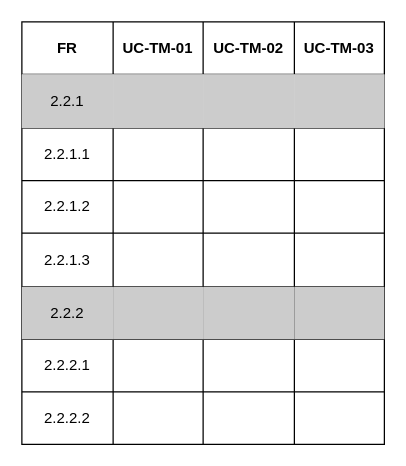
Earlier version of the draw.io diagram page "FR2.2" (4 of 14) of docs/srs/Use_Cases/Traceability_Matrix/Traceability_Matrix.drawio (COS301-SE-2026/UMTAS). Source tidied: cells renumbered, new cells numbered last; positions are measured from the earlier drawing's top-left corner, leaving out a move shared by most shapes. Both pictures are drawn from the tidied source at 125%, with x=0, y=0 at pixel (21, 21).
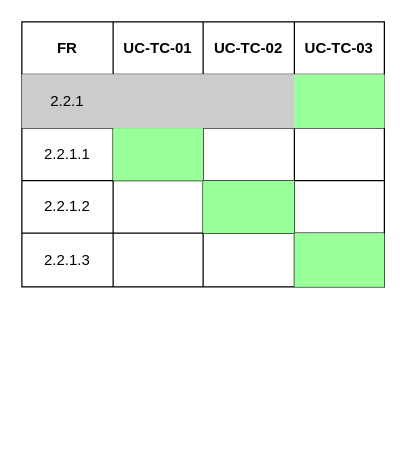
After the change.

The change refers to these unchanged cells:
```xml
<mxCell id="3" style="shape=tableRow;horizontal=0;startSize=0;swimlaneHead=0;swimlaneBody=0;strokeColor=inherit;top=0;left=0;bottom=0;right=0;fillColor=none;" parent="2" vertex="1">
  <mxGeometry width="290" height="42" as="geometry" />
</mxCell>
<mxCell id="8" style="shape=tableRow;horizontal=0;startSize=0;swimlaneHead=0;swimlaneBody=0;strokeColor=inherit;top=0;left=0;bottom=0;right=0;fillColor=#DADADA;" parent="2" vertex="1">
  <mxGeometry y="42" width="290" height="43" as="geometry" />
</mxCell>
<mxCell id="13" style="shape=tableRow;horizontal=0;startSize=0;swimlaneHead=0;swimlaneBody=0;strokeColor=inherit;top=0;left=0;bottom=0;right=0;fillColor=none;" parent="2" vertex="1">
  <mxGeometry y="85" width="290" height="42" as="geometry" />
</mxCell>
<mxCell id="18" style="shape=tableRow;horizontal=0;startSize=0;swimlaneHead=0;swimlaneBody=0;strokeColor=inherit;top=0;left=0;bottom=0;right=0;fillColor=none;" parent="2" vertex="1">
  <mxGeometry y="127" width="290" height="42" as="geometry" />
</mxCell>
<mxCell id="23" style="shape=tableRow;horizontal=0;startSize=0;swimlaneHead=0;swimlaneBody=0;strokeColor=inherit;top=0;left=0;bottom=0;right=0;fillColor=none;" parent="2" vertex="1">
  <mxGeometry y="169" width="290" height="43" as="geometry" />
</mxCell>
```

The edit, as a diff of the source:
```diff
@@
     <mxCell id="2" style="shape=table;startSize=0;childLayout=tableLayout;strokeColor=default;" parent="1" vertex="1">
-      <mxGeometry width="290" height="338" as="geometry" />
+      <mxGeometry width="290" height="212" as="geometry" />
     </mxCell>
@@
-    <mxCell id="5" value="UC-TM-01" style="shape=partialRectangle;html=1;whiteSpace=wrap;strokeColor=inherit;overflow=hidden;fillColor=none;top=0;left=0;bottom=0;right=0;fontStyle=1;" parent="3" vertex="1">
+    <mxCell id="5" value="UC-TC-01" style="shape=partialRectangle;html=1;whiteSpace=wrap;strokeColor=inherit;overflow=hidden;fillColor=none;top=0;left=0;bottom=0;right=0;fontStyle=1;" parent="3" vertex="1">
       <mxGeometry x="73" width="72" height="42" as="geometry" />
     </mxCell>
-    <mxCell id="6" value="&lt;span style=&quot;color: rgb(0, 0, 0);&quot;&gt;UC-TM-02&lt;/span&gt;" style="shape=partialRectangle;html=1;whiteSpace=wrap;strokeColor=inherit;overflow=hidden;fillColor=none;top=0;left=0;bottom=0;right=0;fontStyle=1;" parent="3" vertex="1">
+    <mxCell id="6" value="&lt;span style=&quot;color: rgb(0, 0, 0);&quot;&gt;UC-TC-02&lt;/span&gt;" style="shape=partialRectangle;html=1;whiteSpace=wrap;strokeColor=inherit;overflow=hidden;fillColor=none;top=0;left=0;bottom=0;right=0;fontStyle=1;" parent="3" vertex="1">
       <mxGeometry x="145" width="73" height="42" as="geometry" />
     </mxCell>
-    <mxCell id="7" value="&lt;span style=&quot;color: rgb(0, 0, 0);&quot;&gt;UC-TM-03&lt;/span&gt;" style="shape=partialRectangle;html=1;whiteSpace=wrap;strokeColor=inherit;overflow=hidden;fillColor=none;top=0;left=0;bottom=0;right=0;fontStyle=1;" parent="3" vertex="1">
+    <mxCell id="7" value="&lt;span style=&quot;color: rgb(0, 0, 0);&quot;&gt;UC-TC-03&lt;/span&gt;" style="shape=partialRectangle;html=1;whiteSpace=wrap;strokeColor=inherit;overflow=hidden;fillColor=none;top=0;left=0;bottom=0;right=0;fontStyle=1;" parent="3" vertex="1">
       <mxGeometry x="218" width="72" height="42" as="geometry" />
     </mxCell>
@@
-    <mxCell id="12" style="shape=partialRectangle;html=1;whiteSpace=wrap;strokeColor=#000000;overflow=hidden;fillColor=#CCCCCC;top=0;left=0;bottom=0;right=0;" parent="8" vertex="1">
+    <mxCell id="12" style="shape=partialRectangle;html=1;whiteSpace=wrap;strokeColor=#000000;overflow=hidden;fillColor=#99FF99;top=0;left=0;bottom=0;right=0;" parent="8" vertex="1">
       <mxGeometry x="218" width="72" height="43" as="geometry" />
     </mxCell>
@@
-    <mxCell id="15" style="shape=partialRectangle;html=1;whiteSpace=wrap;strokeColor=#000000;overflow=hidden;fillColor=none;top=0;left=0;bottom=0;right=0;" parent="13" vertex="1">
+    <mxCell id="15" style="shape=partialRectangle;html=1;whiteSpace=wrap;strokeColor=#000000;overflow=hidden;fillColor=#99FF99;top=0;left=0;bottom=0;right=0;" parent="13" vertex="1">
       <mxGeometry x="73" width="72" height="42" as="geometry" />
     </mxCell>
@@
-    <mxCell id="21" style="shape=partialRectangle;html=1;whiteSpace=wrap;strokeColor=#000000;overflow=hidden;fillColor=none;top=0;left=0;bottom=0;right=0;" parent="18" vertex="1">
+    <mxCell id="21" style="shape=partialRectangle;html=1;whiteSpace=wrap;strokeColor=#000000;overflow=hidden;fillColor=#99FF99;top=0;left=0;bottom=0;right=0;" parent="18" vertex="1">
       <mxGeometry x="145" width="73" height="42" as="geometry" />
     </mxCell>
@@
-    <mxCell id="27" style="shape=partialRectangle;html=1;whiteSpace=wrap;strokeColor=#000000;overflow=hidden;fillColor=none;top=0;left=0;bottom=0;right=0;" parent="23" vertex="1">
+    <mxCell id="27" style="shape=partialRectangle;html=1;whiteSpace=wrap;strokeColor=#000000;overflow=hidden;fillColor=#99FF99;top=0;left=0;bottom=0;right=0;" parent="23" vertex="1">
       <mxGeometry x="218" width="72" height="43" as="geometry" />
     </mxCell>
-    <mxCell id="28" style="shape=tableRow;horizontal=0;startSize=0;swimlaneHead=0;swimlaneBody=0;strokeColor=inherit;top=0;left=0;bottom=0;right=0;fillColor=none;" parent="2" vertex="1">
-      <mxGeometry y="212" width="290" height="42" as="geometry" />
-    </mxCell>
-    <mxCell id="29" value="2.2.2" style="shape=partialRectangle;html=1;whiteSpace=wrap;strokeColor=#000000;overflow=hidden;fillColor=#CCCCCC;top=0;left=0;bottom=0;right=0;" parent="28" vertex="1">
-      <mxGeometry width="73" height="42" as="geometry" />
-    </mxCell>
-    <mxCell id="30" style="shape=partialRectangle;html=1;whiteSpace=wrap;strokeColor=#000000;overflow=hidden;fillColor=#CCCCCC;top=0;left=0;bottom=0;right=0;" parent="28" vertex="1">
-      <mxGeometry x="73" width="72" height="42" as="geometry" />
-    </mxCell>
-    <mxCell id="31" style="shape=partialRectangle;html=1;whiteSpace=wrap;strokeColor=#000000;overflow=hidden;fillColor=#CCCCCC;top=0;left=0;bottom=0;right=0;" parent="28" vertex="1">
-      <mxGeometry x="145" width="73" height="42" as="geometry" />
-    </mxCell>
-    <mxCell id="32" style="shape=partialRectangle;html=1;whiteSpace=wrap;strokeColor=#000000;overflow=hidden;fillColor=#CCCCCC;top=0;left=0;bottom=0;right=0;" parent="28" vertex="1">
-      <mxGeometry x="218" width="72" height="42" as="geometry" />
-    </mxCell>
-    <mxCell id="33" style="shape=tableRow;horizontal=0;startSize=0;swimlaneHead=0;swimlaneBody=0;strokeColor=inherit;top=0;left=0;bottom=0;right=0;fillColor=none;" parent="2" vertex="1">
-      <mxGeometry y="254" width="290" height="42" as="geometry" />
-    </mxCell>
-    <mxCell id="34" value="2.2.2.1" style="shape=partialRectangle;html=1;whiteSpace=wrap;strokeColor=#000000;overflow=hidden;fillColor=none;top=0;left=0;bottom=0;right=0;" parent="33" vertex="1">
-      <mxGeometry width="73" height="42" as="geometry" />
-    </mxCell>
-    <mxCell id="35" style="shape=partialRectangle;html=1;whiteSpace=wrap;strokeColor=#000000;overflow=hidden;fillColor=none;top=0;left=0;bottom=0;right=0;" parent="33" vertex="1">
-      <mxGeometry x="73" width="72" height="42" as="geometry" />
-    </mxCell>
-    <mxCell id="36" style="shape=partialRectangle;html=1;whiteSpace=wrap;strokeColor=#000000;overflow=hidden;fillColor=none;top=0;left=0;bottom=0;right=0;" parent="33" vertex="1">
-      <mxGeometry x="145" width="73" height="42" as="geometry" />
-    </mxCell>
-    <mxCell id="37" style="shape=partialRectangle;html=1;whiteSpace=wrap;strokeColor=#000000;overflow=hidden;fillColor=none;top=0;left=0;bottom=0;right=0;" parent="33" vertex="1">
-      <mxGeometry x="218" width="72" height="42" as="geometry" />
-    </mxCell>
-    <mxCell id="38" style="shape=tableRow;horizontal=0;startSize=0;swimlaneHead=0;swimlaneBody=0;strokeColor=inherit;top=0;left=0;bottom=0;right=0;fillColor=none;" parent="2" vertex="1">
-      <mxGeometry y="296" width="290" height="42" as="geometry" />
-    </mxCell>
-    <mxCell id="39" value="2.2.2.2" style="shape=partialRectangle;html=1;whiteSpace=wrap;strokeColor=#000000;overflow=hidden;fillColor=none;top=0;left=0;bottom=0;right=0;" parent="38" vertex="1">
-      <mxGeometry width="73" height="42" as="geometry" />
-    </mxCell>
-    <mxCell id="40" style="shape=partialRectangle;html=1;whiteSpace=wrap;strokeColor=#000000;overflow=hidden;fillColor=none;top=0;left=0;bottom=0;right=0;" parent="38" vertex="1">
-      <mxGeometry x="73" width="72" height="42" as="geometry" />
-    </mxCell>
-    <mxCell id="41" style="shape=partialRectangle;html=1;whiteSpace=wrap;strokeColor=#000000;overflow=hidden;fillColor=none;top=0;left=0;bottom=0;right=0;" parent="38" vertex="1">
-      <mxGeometry x="145" width="73" height="42" as="geometry" />
-    </mxCell>
-    <mxCell id="42" style="shape=partialRectangle;html=1;whiteSpace=wrap;strokeColor=#000000;overflow=hidden;fillColor=none;top=0;left=0;bottom=0;right=0;" parent="38" vertex="1">
-      <mxGeometry x="218" width="72" height="42" as="geometry" />
-    </mxCell>
```
